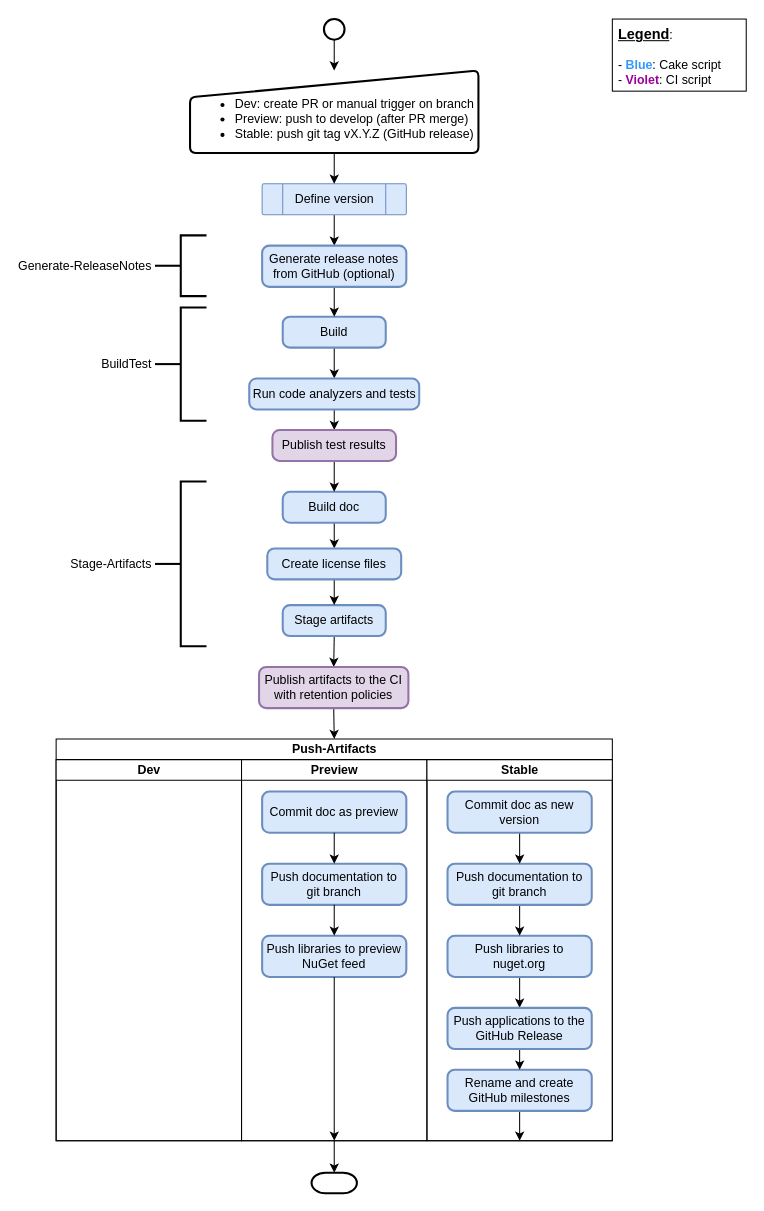
pleonex/PleOps.Cake keeps this draw.io diagram as page "pipeline" (2 of 3) of docs/guides/spec/Release process.drawio. Above is the earlier version. Source tidied: cells renumbered, new cells numbered last; positions are measured from the earlier drawing's top-left corner, leaving out a move shared by most shapes. Both pictures are drawn from the tidied source at 103%, with x=0, y=0 at pixel (56, 19).
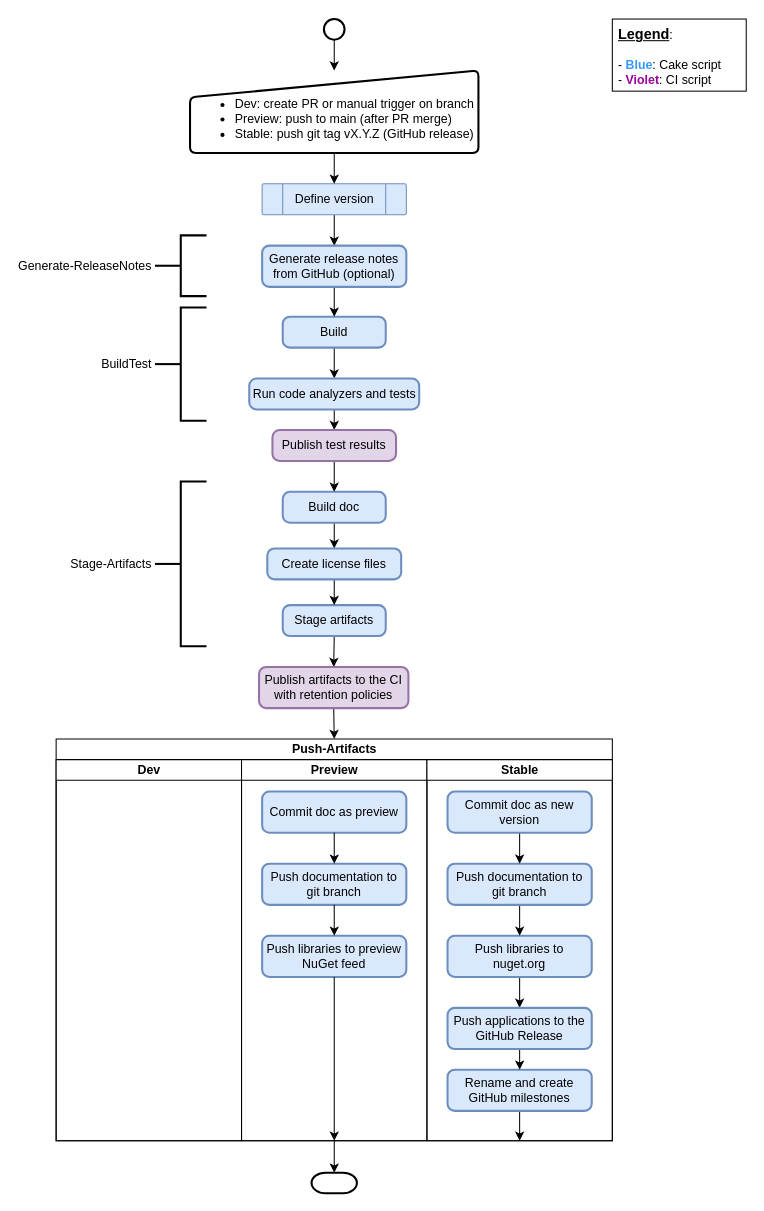
After the change.

Commit message (it also covers changes not shown here):
:sparkles: Migrate develop to standard main

The edit, as a diff of the source:
```diff
@@
-    <mxCell id="18" value="&lt;div style=&quot;text-align: left&quot;&gt;&lt;ul&gt;&lt;li&gt;&lt;span&gt;Dev: create PR or manual trigger on branch&lt;/span&gt;&lt;/li&gt;&lt;li&gt;&lt;span&gt;Preview: push to develop (after PR merge)&lt;/span&gt;&lt;/li&gt;&lt;li&gt;&lt;span&gt;Stable: push git tag vX.Y.Z (GitHub release)&lt;/span&gt;&lt;/li&gt;&lt;/ul&gt;&lt;/div&gt;" style="html=1;strokeWidth=2;shape=manualInput;whiteSpace=wrap;rounded=1;size=26;arcSize=11;labelBackgroundColor=none;verticalAlign=middle;spacingTop=14;" parent="1" vertex="1">
+    <mxCell id="18" value="&lt;div style=&quot;text-align: left&quot;&gt;&lt;ul&gt;&lt;li&gt;&lt;span&gt;Dev: create PR or manual trigger on branch&lt;/span&gt;&lt;/li&gt;&lt;li&gt;&lt;span&gt;Preview: push to main (after PR merge)&lt;/span&gt;&lt;/li&gt;&lt;li&gt;&lt;span&gt;Stable: push git tag vX.Y.Z (GitHub release)&lt;/span&gt;&lt;/li&gt;&lt;/ul&gt;&lt;/div&gt;" style="html=1;strokeWidth=2;shape=manualInput;whiteSpace=wrap;rounded=1;size=26;arcSize=11;labelBackgroundColor=none;verticalAlign=middle;spacingTop=14;" parent="1" vertex="1">
       <mxGeometry x="130" y="50" width="280" height="80" as="geometry" />
     </mxCell>
```
